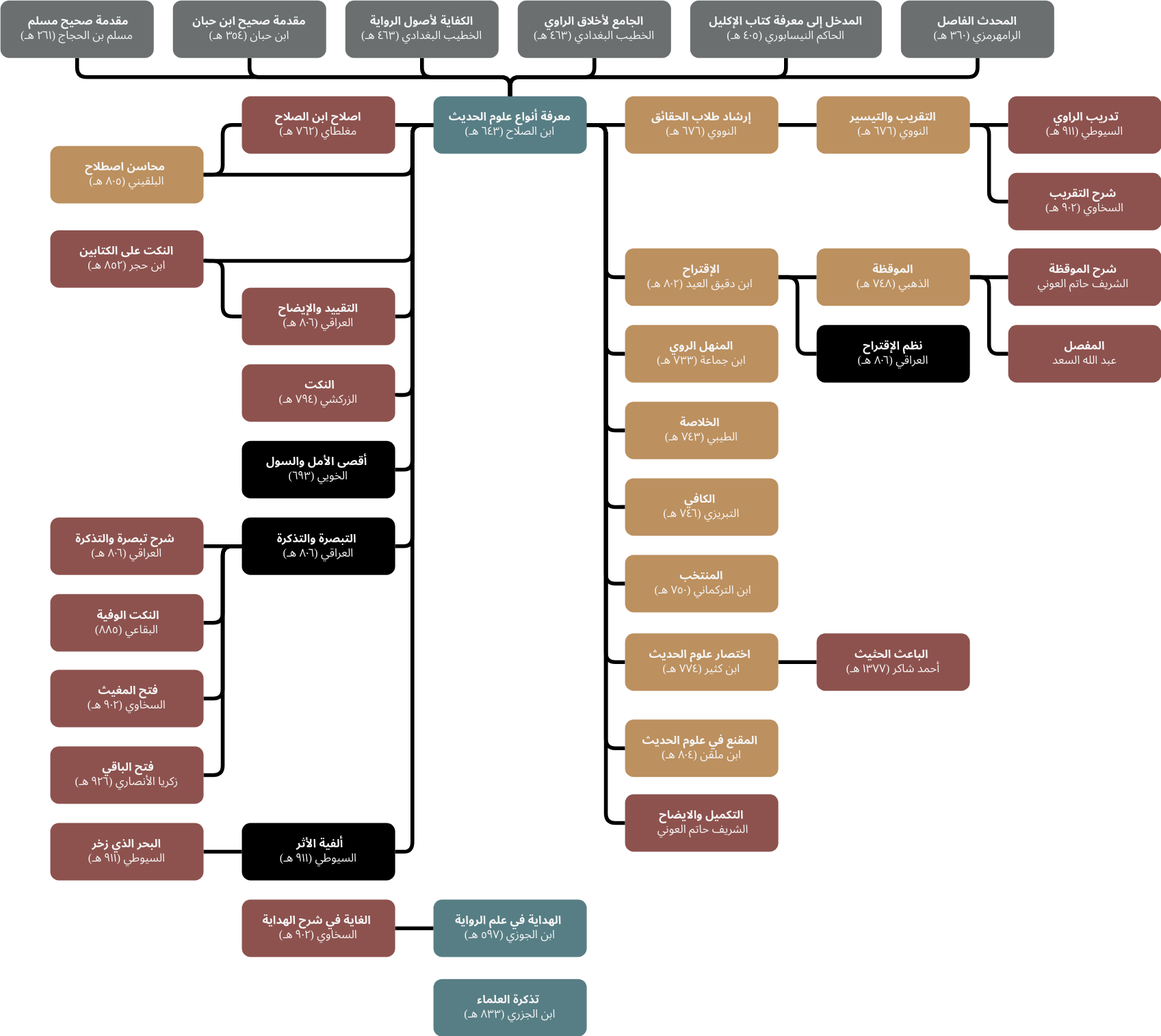
This is public/mustalah-chart.svg from mparchment/salsabil-io, a draw.io export, as it was before one commit. Source tidied: cells renumbered, new cells last; positions are measured from the earlier drawing's top-left corner, leaving out a move shared by most shapes.
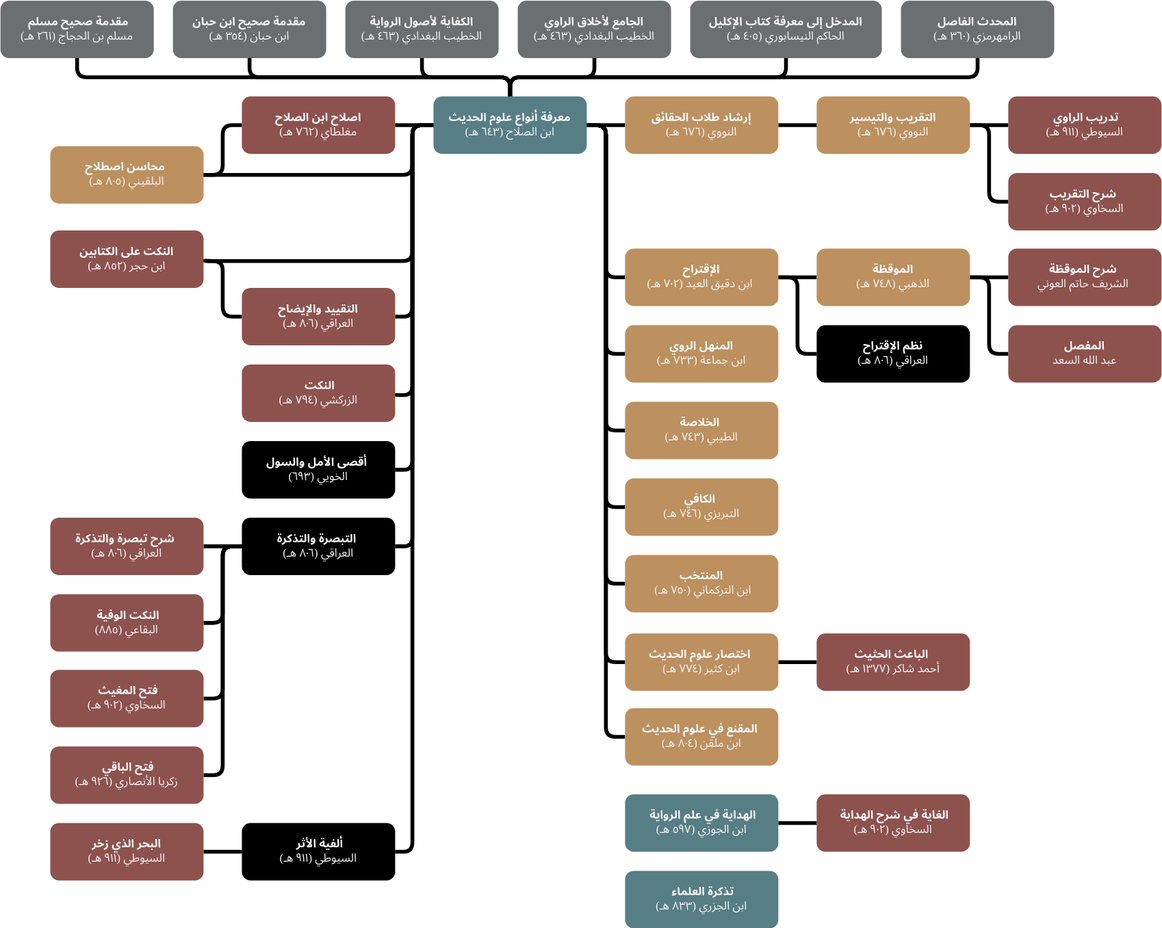
Later version of the same file.

Commit message:
Add Shafii chart

Diff of the diagram source:
```diff
@@ -87,9 +87,6 @@
         </Array>
       </mxGeometry>
     </mxCell>
-    <mxCell id="18" style="edgeStyle=orthogonalEdgeStyle;shape=connector;curved=0;rounded=1;jettySize=auto;html=1;exitX=1;exitY=0.5;exitDx=0;exitDy=0;entryX=0;entryY=0.5;entryDx=0;entryDy=0;strokeColor=#000000;strokeWidth=4;align=center;verticalAlign=middle;fontFamily=Helvetica;fontSize=11;fontColor=default;labelBackgroundColor=default;endArrow=none;endFill=0;" parent="1" edge="1" source="19" target="80">
-      <mxGeometry relative="1" as="geometry" />
-    </mxCell>
     <mxCell id="19" value="&lt;div&gt;&lt;b&gt;معرفة أنواع علوم الحديث&lt;/b&gt;&lt;/div&gt;&lt;div&gt;ابن الصلاح (٦٤٣ هـ)&lt;/div&gt;" style="rounded=1;whiteSpace=wrap;html=1;fillColor=#577E85;glass=0;shadow=0;gradientColor=none;strokeColor=none;fontFamily=Noto Sans Arabic;fontStyle=0;fontColor=#F5F5F5;textDirection=rtl;textShadow=0;strokeWidth=2;" parent="1" vertex="1">
       <mxGeometry x="452" y="100" width="160" height="60" as="geometry" />
     </mxCell>
@@ -120,7 +117,7 @@
     <mxCell id="28" style="edgeStyle=orthogonalEdgeStyle;shape=connector;curved=0;rounded=1;jettySize=auto;html=1;exitX=1;exitY=0.5;exitDx=0;exitDy=0;entryX=0;entryY=0.5;entryDx=0;entryDy=0;strokeColor=#000000;strokeWidth=4;align=center;verticalAlign=middle;fontFamily=Helvetica;fontSize=11;fontColor=default;labelBackgroundColor=default;endArrow=none;endFill=0;" parent="1" edge="1" source="29" target="33">
       <mxGeometry relative="1" as="geometry" />
     </mxCell>
-    <mxCell id="29" value="&lt;b&gt;الإقتراح&lt;/b&gt;&lt;br&gt;&amp;nbsp;ابن دقيق العيد (٨٠٢ هـ)" style="rounded=1;whiteSpace=wrap;html=1;fillColor=#bc905f;glass=0;shadow=0;gradientColor=none;strokeColor=none;fontFamily=Noto Sans Arabic;fontStyle=0;fontColor=#F5F5F5;textDirection=rtl;textShadow=0;strokeWidth=2;" parent="1" vertex="1">
+    <mxCell id="29" value="&lt;b&gt;الإقتراح&lt;/b&gt;&lt;br&gt;&amp;nbsp;ابن دقيق العيد (٧٠٢ هـ)" style="rounded=1;whiteSpace=wrap;html=1;fillColor=#bc905f;glass=0;shadow=0;gradientColor=none;strokeColor=none;fontFamily=Noto Sans Arabic;fontStyle=0;fontColor=#F5F5F5;textDirection=rtl;textShadow=0;strokeWidth=2;" parent="1" vertex="1">
       <mxGeometry x="652" y="259" width="160" height="60" as="geometry" />
     </mxCell>
     <mxCell id="30" style="edgeStyle=orthogonalEdgeStyle;shape=connector;curved=0;rounded=1;jettySize=auto;html=1;exitX=1;exitY=0.5;exitDx=0;exitDy=0;entryX=0;entryY=0.5;entryDx=0;entryDy=0;strokeColor=#000000;strokeWidth=4;align=center;verticalAlign=middle;fontFamily=Helvetica;fontSize=11;fontColor=default;labelBackgroundColor=default;endArrow=none;endFill=0;" parent="1" edge="1" source="32" target="76">
@@ -154,14 +151,11 @@
       <mxGeometry x="652" y="661" width="160" height="60" as="geometry" />
     </mxCell>
     <mxCell id="40" value="&lt;div style=&quot;direction: ltr;&quot;&gt;&lt;div style=&quot;direction: ltr;&quot;&gt;&lt;div style=&quot;direction: ltr;&quot;&gt;&lt;div style=&quot;direction: ltr;&quot;&gt;&lt;div style=&quot;direction: ltr;&quot;&gt;&lt;b&gt;المقنع في علوم الحديث&amp;nbsp;&lt;/b&gt;&lt;/div&gt;&lt;div style=&quot;direction: ltr;&quot;&gt;ابن ملقن (٨٠٤ هـ)&lt;/div&gt;&lt;/div&gt;&lt;/div&gt;&lt;/div&gt;&lt;/div&gt;" style="rounded=1;whiteSpace=wrap;html=1;fillColor=#bc905f;glass=0;shadow=0;gradientColor=none;strokeColor=none;fontFamily=Noto Sans Arabic;fontStyle=0;fontColor=#F5F5F5;textDirection=rtl;textShadow=0;strokeWidth=2;" parent="1" vertex="1">
-      <mxGeometry x="652" y="751" width="160" height="60" as="geometry" />
+      <mxGeometry x="652" y="739" width="160" height="60" as="geometry" />
     </mxCell>
     <mxCell id="41" value="&lt;div style=&quot;direction: ltr;&quot;&gt;&lt;div style=&quot;direction: ltr;&quot;&gt;&lt;div style=&quot;direction: ltr;&quot;&gt;&lt;div style=&quot;direction: ltr;&quot;&gt;&lt;div style=&quot;direction: ltr;&quot;&gt;&lt;div style=&quot;direction: ltr;&quot;&gt;&lt;b&gt;محاسن اصطلاح&amp;nbsp;&lt;/b&gt;&lt;/div&gt;&lt;div style=&quot;direction: ltr;&quot;&gt;البلقيني (٨٠٥ هـ)&lt;/div&gt;&lt;/div&gt;&lt;/div&gt;&lt;/div&gt;&lt;/div&gt;&lt;/div&gt;" style="rounded=1;whiteSpace=wrap;html=1;fillColor=#bc905f;glass=0;shadow=0;gradientColor=none;strokeColor=none;fontFamily=Noto Sans Arabic;fontStyle=0;fontColor=#F5F5F5;textDirection=rtl;textShadow=0;strokeWidth=2;" parent="1" vertex="1">
       <mxGeometry x="52" y="152" width="160" height="60" as="geometry" />
     </mxCell>
-    <mxCell id="42" value="&lt;div style=&quot;direction: ltr;&quot;&gt;&lt;div style=&quot;direction: ltr;&quot;&gt;&lt;div style=&quot;direction: ltr;&quot;&gt;&lt;div style=&quot;direction: ltr;&quot;&gt;&lt;div style=&quot;direction: ltr;&quot;&gt;&lt;div style=&quot;direction: ltr;&quot;&gt;&lt;div style=&quot;direction: ltr;&quot;&gt;&lt;b&gt;تذكرة&amp;nbsp;&lt;/b&gt;&lt;span style=&quot;background-color: initial;&quot;&gt;&lt;b&gt;ال&lt;/b&gt;&lt;/span&gt;&lt;b style=&quot;background-color: initial;&quot;&gt;علماء&amp;nbsp;&lt;/b&gt;&lt;/div&gt;&lt;div style=&quot;direction: ltr;&quot;&gt;ابن الجزري (٨٣٣ هـ)&lt;/div&gt;&lt;/div&gt;&lt;/div&gt;&lt;/div&gt;&lt;/div&gt;&lt;/div&gt;&lt;/div&gt;" style="rounded=1;whiteSpace=wrap;html=1;fillColor=#577E85;glass=0;shadow=0;gradientColor=none;strokeColor=none;fontFamily=Noto Sans Arabic;fontStyle=0;fontColor=#F5F5F5;textDirection=rtl;textShadow=0;strokeWidth=2;" parent="1" vertex="1">
-      <mxGeometry x="452" y="1022" width="160" height="60" as="geometry" />
-    </mxCell>
     <mxCell id="43" style="edgeStyle=orthogonalEdgeStyle;shape=connector;curved=0;rounded=1;jettySize=auto;html=1;exitX=0;exitY=0.5;exitDx=0;exitDy=0;entryX=1;entryY=0.5;entryDx=0;entryDy=0;strokeColor=#000000;strokeWidth=4;align=center;verticalAlign=middle;fontFamily=Helvetica;fontSize=11;fontColor=default;labelBackgroundColor=default;endArrow=none;endFill=0;" parent="1" edge="1" source="44" target="41">
       <mxGeometry relative="1" as="geometry" />
     </mxCell>
@@ -204,15 +198,6 @@
     <mxCell id="54" value="&lt;div style=&quot;direction: ltr;&quot;&gt;&lt;div style=&quot;direction: ltr;&quot;&gt;&lt;div style=&quot;direction: ltr;&quot;&gt;&lt;div style=&quot;direction: ltr;&quot;&gt;&lt;b&gt;التبصرة والتذكرة&amp;nbsp;&lt;/b&gt;&lt;/div&gt;&lt;div style=&quot;direction: ltr;&quot;&gt;العراقي (٨٠٦ هـ)&lt;/div&gt;&lt;/div&gt;&lt;/div&gt;&lt;/div&gt;" style="rounded=1;whiteSpace=wrap;html=1;fillColor=#000000;glass=0;shadow=0;gradientColor=none;strokeColor=none;fontFamily=Noto Sans Arabic;fontStyle=0;fontColor=#F5F5F5;textDirection=rtl;textShadow=0;strokeWidth=2;" parent="1" vertex="1">
       <mxGeometry x="252" y="540" width="160" height="60" as="geometry" />
     </mxCell>
-    <mxCell id="55" style="edgeStyle=orthogonalEdgeStyle;shape=connector;curved=0;rounded=1;jettySize=auto;html=1;exitX=0;exitY=0.5;exitDx=0;exitDy=0;entryX=1;entryY=0.5;entryDx=0;entryDy=0;strokeColor=#000000;strokeWidth=4;align=center;verticalAlign=middle;fontFamily=Helvetica;fontSize=11;fontColor=default;labelBackgroundColor=default;endArrow=none;endFill=0;" parent="1" edge="1" source="56" target="57">
-      <mxGeometry relative="1" as="geometry" />
-    </mxCell>
-    <mxCell id="56" value="&lt;div style=&quot;direction: ltr;&quot;&gt;&lt;div style=&quot;direction: ltr;&quot;&gt;&lt;div style=&quot;direction: ltr;&quot;&gt;&lt;div style=&quot;direction: ltr;&quot;&gt;&lt;div style=&quot;direction: ltr;&quot;&gt;&lt;div style=&quot;direction: ltr;&quot;&gt;&lt;div style=&quot;direction: ltr;&quot;&gt;&lt;div style=&quot;direction: ltr;&quot;&gt;&lt;b&gt;الهداية في علم الرواية&amp;nbsp;&lt;/b&gt;&lt;/div&gt;&lt;div style=&quot;direction: ltr;&quot;&gt;ابن الجوزي (٥٩٧ هـ)&lt;/div&gt;&lt;/div&gt;&lt;/div&gt;&lt;/div&gt;&lt;/div&gt;&lt;/div&gt;&lt;/div&gt;&lt;/div&gt;" style="rounded=1;whiteSpace=wrap;html=1;fillColor=#577E85;glass=0;shadow=0;gradientColor=none;strokeColor=none;fontFamily=Noto Sans Arabic;fontStyle=0;fontColor=#F5F5F5;textDirection=rtl;textShadow=0;strokeWidth=2;" parent="1" vertex="1">
-      <mxGeometry x="452" y="939" width="160" height="60" as="geometry" />
-    </mxCell>
-    <mxCell id="57" value="&lt;div style=&quot;direction: ltr;&quot;&gt;&lt;b&gt;الغاية في شرح الهداية&amp;nbsp;&lt;/b&gt;&lt;/div&gt;&lt;div style=&quot;direction: ltr;&quot;&gt;السخاوي (٩٠٢ هـ)&lt;/div&gt;" style="rounded=1;whiteSpace=wrap;html=1;fillColor=#8d524e;glass=0;shadow=0;gradientColor=none;strokeColor=none;fontFamily=Noto Sans Arabic;fontStyle=0;fontColor=#F5F5F5;textDirection=rtl;textShadow=0;strokeWidth=2;" parent="1" vertex="1">
-      <mxGeometry x="252" y="939" width="160" height="60" as="geometry" />
-    </mxCell>
     <mxCell id="58" value="&lt;div&gt;&lt;b&gt;النكت الوفية&amp;nbsp;&lt;/b&gt;&lt;/div&gt;&lt;div&gt;البقاعي (٨٨٥)&lt;/div&gt;" style="rounded=1;whiteSpace=wrap;html=1;fillColor=#8d524e;glass=0;shadow=0;gradientColor=none;strokeColor=none;fontFamily=Noto Sans Arabic;fontStyle=0;fontColor=#F5F5F5;textDirection=rtl;textShadow=0;strokeWidth=2;" parent="1" vertex="1">
       <mxGeometry x="52" y="620" width="160" height="60" as="geometry" />
     </mxCell>
@@ -279,11 +264,17 @@
     <mxCell id="79" value="&lt;div&gt;&lt;span style=&quot;background-color: initial;&quot;&gt;&lt;b&gt;فتح الباقي&lt;/b&gt;&lt;/span&gt;&lt;b&gt;&amp;nbsp;&lt;/b&gt;&lt;/div&gt;&lt;div&gt;&lt;span style=&quot;white-space: pre; white-space: normal;&quot;&gt;&#9;&lt;/span&gt;&lt;/div&gt;&lt;div&gt;&lt;span style=&quot;background-color: initial;&quot;&gt;زكريا الأنصاري&lt;/span&gt;&amp;nbsp;(٩٢٦ هـ)&lt;/div&gt;" style="rounded=1;whiteSpace=wrap;html=1;fillColor=#8d524e;glass=0;shadow=0;gradientColor=none;strokeColor=none;fontFamily=Noto Sans Arabic;fontStyle=0;fontColor=#F5F5F5;textDirection=rtl;textShadow=0;strokeWidth=2;" parent="1" vertex="1">
       <mxGeometry x="52" y="779" width="160" height="60" as="geometry" />
     </mxCell>
-    <mxCell id="80" value="&lt;div&gt;&lt;b&gt;التكميل والايضاح&lt;/b&gt;&lt;br&gt;&lt;/div&gt;&lt;div style=&quot;direction: ltr;&quot;&gt;&amp;nbsp;الشريف حاتم العوني&lt;/div&gt;" style="rounded=1;whiteSpace=wrap;html=1;fillColor=#8d524e;glass=0;shadow=0;gradientColor=none;strokeColor=none;fontFamily=Noto Sans Arabic;fontStyle=0;fontColor=#F5F5F5;textDirection=rtl;textShadow=0;strokeWidth=2;" parent="1" vertex="1">
-      <mxGeometry x="652" y="829" width="160" height="60" as="geometry" />
-    </mxCell>
-    <mxCell id="81" style="edgeStyle=orthogonalEdgeStyle;shape=connector;curved=0;rounded=1;orthogonalLoop=1;jettySize=auto;html=1;exitX=0.5;exitY=1;exitDx=0;exitDy=0;strokeColor=#000000;strokeWidth=4;align=center;verticalAlign=middle;fontFamily=Helvetica;fontSize=11;fontColor=default;labelBackgroundColor=default;endArrow=none;endFill=0;" parent="1" edge="1" source="80" target="80">
-      <mxGeometry relative="1" as="geometry" />
-    </mxCell>
+    <mxCell id="55" style="edgeStyle=orthogonalEdgeStyle;shape=connector;curved=0;rounded=1;jettySize=auto;html=1;exitX=1;exitY=0.5;exitDx=0;exitDy=0;entryX=0;entryY=0.5;entryDx=0;entryDy=0;strokeColor=#000000;strokeWidth=4;align=center;verticalAlign=middle;fontFamily=Helvetica;fontSize=11;fontColor=default;labelBackgroundColor=default;endArrow=none;endFill=0;" parent="1" edge="1" source="56" target="57">
+      <mxGeometry relative="1" as="geometry" />
+    </mxCell>
+    <mxCell id="56" value="&lt;div&gt;&lt;b&gt;الهداية في علم الرواية&amp;nbsp;&lt;/b&gt;&lt;/div&gt;&lt;div&gt;ابن الجوزي (٥٩٧ هـ)&lt;/div&gt;" style="rounded=1;whiteSpace=wrap;html=1;fillColor=#577E85;glass=0;shadow=0;gradientColor=none;strokeColor=none;fontFamily=Noto Sans Arabic;fontStyle=0;fontColor=#F5F5F5;textDirection=rtl;textShadow=0;strokeWidth=2;" parent="1" vertex="1">
+      <mxGeometry x="652" y="829" width="160" height="60" as="geometry" />
+    </mxCell>
+    <mxCell id="57" value="&lt;div&gt;&lt;b&gt;الغاية في شرح الهداية&amp;nbsp;&lt;/b&gt;&lt;/div&gt;&lt;div&gt;&lt;div&gt;السخاوي (٩٠٢ هـ)&lt;/div&gt;&lt;/div&gt;" style="rounded=1;whiteSpace=wrap;html=1;fillColor=#8d524e;glass=0;shadow=0;gradientColor=none;strokeColor=none;fontFamily=Noto Sans Arabic;fontStyle=0;fontColor=#F5F5F5;textDirection=rtl;textShadow=0;strokeWidth=2;" parent="1" vertex="1">
+      <mxGeometry x="852" y="829" width="160" height="60" as="geometry" />
+    </mxCell>
+    <mxCell id="82" value="&lt;div&gt;&lt;b&gt;تذكرة العلماء&amp;nbsp;&lt;/b&gt;&lt;/div&gt;&lt;div&gt;&lt;div&gt;ابن الجزري (٨٣٣ هـ)&lt;/div&gt;&lt;/div&gt;" style="rounded=1;whiteSpace=wrap;html=1;fillColor=#577E85;glass=0;shadow=0;gradientColor=none;strokeColor=none;fontFamily=Noto Sans Arabic;fontStyle=0;fontColor=#F5F5F5;textDirection=rtl;textShadow=0;strokeWidth=2;" parent="1" vertex="1">
+      <mxGeometry x="652" y="909" width="160" height="60" as="geometry" />
+    </mxCell>
   </root>
 </mxGraphModel>
```
